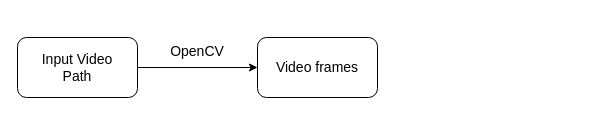
The draw.io diagram DataPreprocessing.drawio in lukas0173/Draw.io, before the edit. Source tidied: cells renumbered, new cells numbered last; positions are measured from the earlier drawing's top-left corner, leaving out a move shared by most shapes. Both pictures are drawn from the tidied source at 100%, with x=0, y=0 at pixel (17, 36).
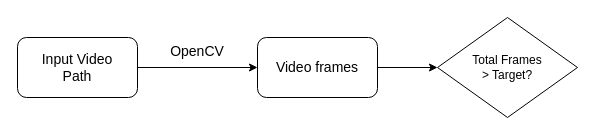
The same diagram, later.

Diff of the diagram source:
```diff
@@
 <mxGraphModel>
   <root>
     <mxCell id="0" />
     <mxCell id="1" parent="0" />
     <mxCell id="2" style="edgeStyle=orthogonalEdgeStyle;rounded=0;jettySize=auto;html=1;entryX=0;entryY=0.5;entryDx=0;entryDy=0;" parent="1" edge="1" source="3" target="4">
       <mxGeometry relative="1" as="geometry" />
     </mxCell>
-    <mxCell id="3" value="&lt;font style=&quot;font-size: 14px;&quot;&gt;Input Video&lt;/font&gt;&lt;div&gt;&lt;font style=&quot;font-size: 14px;&quot;&gt;Path&lt;/font&gt;&lt;/div&gt;" style="rounded=1;whiteSpace=wrap;html=1;" parent="1" vertex="1">
+    <mxCell id="3" value="&lt;font&gt;Input Video&lt;/font&gt;&lt;div&gt;&lt;font&gt;Path&lt;/font&gt;&lt;/div&gt;" style="rounded=1;whiteSpace=wrap;html=1;fontSize=14;" parent="1" vertex="1">
       <mxGeometry y="1" width="120" height="60" as="geometry" />
     </mxCell>
+    <mxCell id="6" style="edgeStyle=orthogonalEdgeStyle;rounded=0;jettySize=auto;html=1;" parent="1" edge="1" source="4" target="7">
+      <mxGeometry relative="1" as="geometry" />
+    </mxCell>
-    <mxCell id="4" value="&lt;span style=&quot;font-size: 14px;&quot;&gt;Video frames&lt;/span&gt;" style="rounded=1;whiteSpace=wrap;html=1;" parent="1" vertex="1">
+    <mxCell id="4" value="&lt;span&gt;Video frames&lt;/span&gt;" style="rounded=1;whiteSpace=wrap;html=1;fontSize=14;" parent="1" vertex="1">
       <mxGeometry x="240" y="1" width="120" height="60" as="geometry" />
     </mxCell>
     <mxCell id="5" value="OpenCV" style="text;html=1;whiteSpace=wrap;strokeColor=none;fillColor=none;align=center;verticalAlign=middle;rounded=0;fontSize=14;" parent="1" vertex="1">
       <mxGeometry x="150" width="60" height="30" as="geometry" />
     </mxCell>
+    <mxCell id="7" value="Total Frames&lt;div&gt;&amp;gt; Target?&lt;/div&gt;" style="rhombus;whiteSpace=wrap;html=1;" parent="1" vertex="1">
+      <mxGeometry x="420" y="-19" width="140" height="100" as="geometry" />
+    </mxCell>
   </root>
 </mxGraphModel>
```
